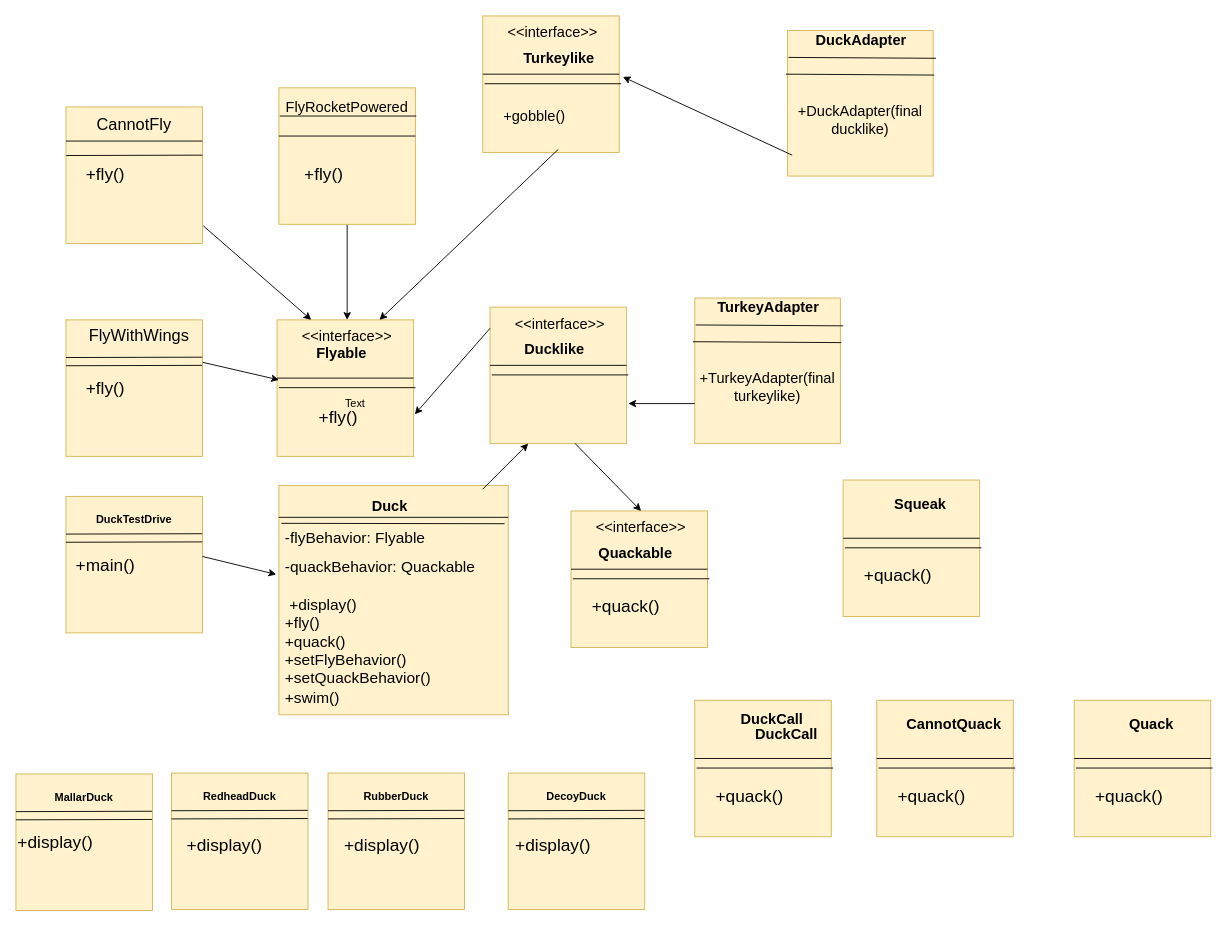
ahrlab/BOX keeps this draw.io diagram as Untitled Diagram.drawio. Above is the earlier version. Source tidied: cells renumbered, new cells numbered last; positions are measured from the earlier drawing's top-left corner, leaving out a move shared by most shapes. Both pictures are drawn from the tidied source at 91%, with x=0, y=0 at pixel (15, 15).
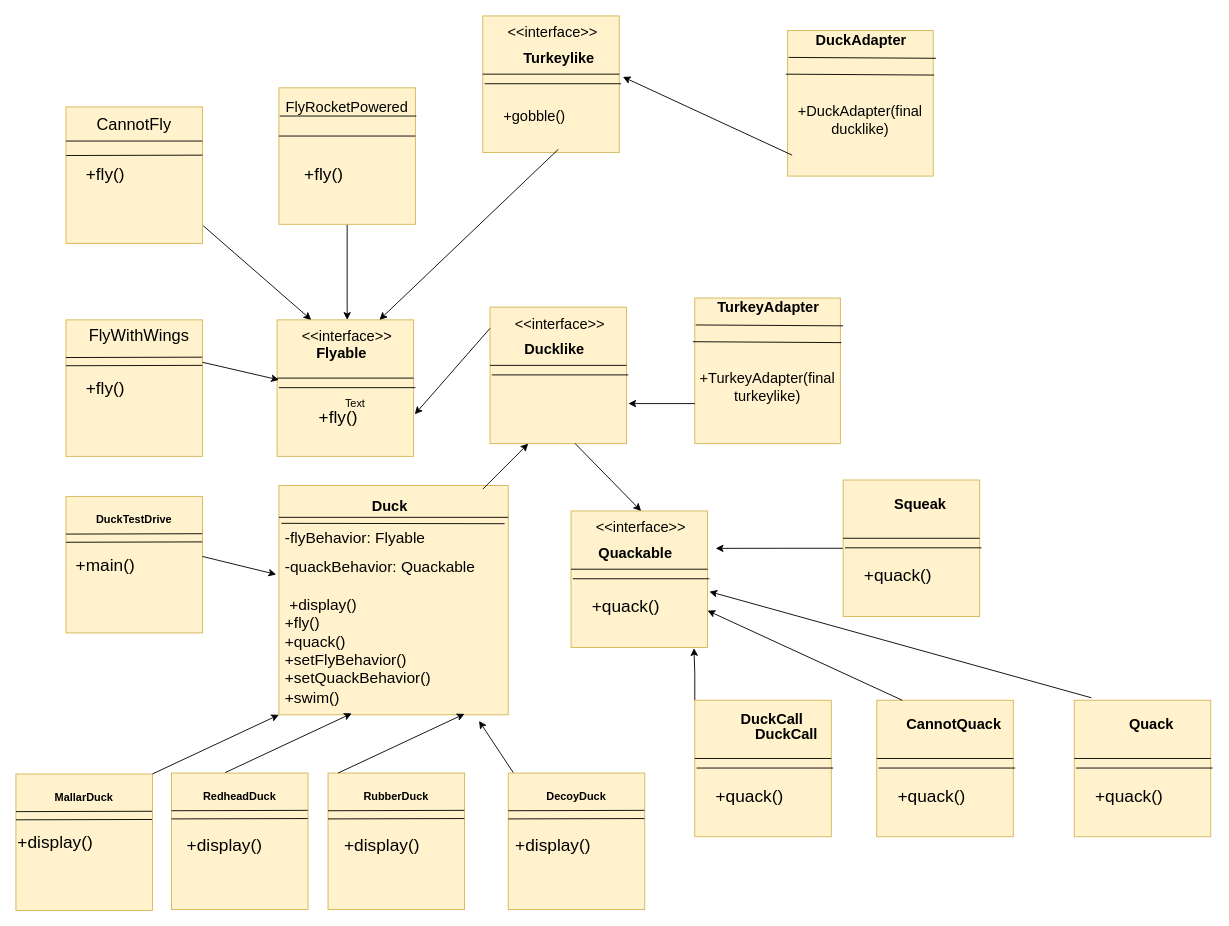
The same page after the edit.

Unchanged cells that the change refers to:
```xml
<mxCell id="51" style="whiteSpace=wrap;html=1;fillColor=#fff2cc;strokeColor=#d6b656;" parent="1" vertex="1">
  <mxGeometry x="610" y="544" width="150" height="150" as="geometry" />
</mxCell>
<mxCell id="57" style="whiteSpace=wrap;html=1;fillColor=#fff2cc;strokeColor=#d6b656;" parent="1" vertex="1">
  <mxGeometry x="909" y="510" width="150" height="150" as="geometry" />
</mxCell>
<mxCell id="63" style="whiteSpace=wrap;html=1;fillColor=#fff2cc;strokeColor=#d6b656;" parent="1" vertex="1">
  <mxGeometry x="1163" y="752" width="150" height="150" as="geometry" />
</mxCell>
<mxCell id="75" style="whiteSpace=wrap;html=1;fillColor=#fff2cc;strokeColor=#d6b656;" parent="1" vertex="1">
  <mxGeometry x="746" y="752" width="150" height="150" as="geometry" />
</mxCell>
<mxCell id="81" style="whiteSpace=wrap;html=1;fillColor=#fff2cc;strokeColor=#d6b656;" parent="1" vertex="1">
  <mxGeometry x="289" y="516" width="252" height="252" as="geometry" />
</mxCell>
<mxCell id="86" value="&lt;h1 style=&quot;font-size: 17px&quot;&gt;&lt;span style=&quot;font-weight: normal&quot;&gt;&lt;font style=&quot;font-size: 17px&quot;&gt;-flyBehavior: Flyable&lt;/font&gt;&lt;/span&gt;&lt;/h1&gt;&lt;div style=&quot;font-size: 17px&quot;&gt;&lt;font style=&quot;font-size: 17px&quot;&gt;-quackBehavior: Quackable&lt;/font&gt;&lt;/div&gt;&lt;div style=&quot;font-size: 17px&quot;&gt;&lt;font style=&quot;font-size: 17px&quot;&gt;&lt;br&gt;&lt;/font&gt;&lt;/div&gt;&lt;div style=&quot;font-size: 17px&quot;&gt;&amp;nbsp;+display()&lt;/div&gt;&lt;div style=&quot;font-size: 17px&quot;&gt;+fly()&lt;/div&gt;&lt;div style=&quot;font-size: 17px&quot;&gt;+quack()&lt;/div&gt;&lt;div style=&quot;font-size: 17px&quot;&gt;+setFlyBehavior()&lt;/div&gt;&lt;div style=&quot;font-size: 17px&quot;&gt;+setQuackBehavior()&lt;/div&gt;&lt;div style=&quot;font-size: 17px&quot;&gt;+swim()&lt;/div&gt;" style="text;html=1;strokeColor=none;fillColor=none;spacing=5;spacingTop=-20;whiteSpace=wrap;overflow=hidden;rounded=0;" parent="1" vertex="1">
  <mxGeometry x="291" y="564" width="254" height="204" as="geometry" />
</mxCell>
<mxCell id="99" style="whiteSpace=wrap;html=1;fillColor=#fff2cc;strokeColor=#d6b656;" parent="1" vertex="1">
  <mxGeometry y="833" width="150" height="150" as="geometry" />
</mxCell>
```

Diff of the diagram source:
```diff
@@
+    <mxCell id="116" style="edgeStyle=orthogonalEdgeStyle;rounded=0;jettySize=auto;html=1;exitX=0;exitY=0.5;exitDx=0;exitDy=0;" parent="1" edge="1" source="57">
+      <mxGeometry relative="1" as="geometry">
+        <mxPoint x="769" y="585.1" as="targetPoint" />
+      </mxGeometry>
+    </mxCell>
@@
+    <mxCell id="117" style="edgeStyle=orthogonalEdgeStyle;rounded=0;jettySize=auto;html=1;exitX=0;exitY=0;exitDx=0;exitDy=0;entryX=0.901;entryY=1.005;entryDx=0;entryDy=0;entryPerimeter=0;" parent="1" edge="1" source="75" target="51">
+      <mxGeometry relative="1" as="geometry" />
+    </mxCell>
@@
+    <mxCell id="118" style="endArrow=classic;html=1;" parent="1" edge="1" target="51">
+      <mxGeometry relative="1" as="geometry">
+        <mxPoint x="974" y="752" as="sourcePoint" />
+      </mxGeometry>
+    </mxCell>
+    <mxCell id="119" style="endArrow=classic;html=1;exitX=0.126;exitY=-0.018;exitDx=0;exitDy=0;exitPerimeter=0;entryX=1.014;entryY=0.591;entryDx=0;entryDy=0;entryPerimeter=0;" parent="1" edge="1" source="63" target="51">
+      <mxGeometry relative="1" as="geometry" />
+    </mxCell>
+    <mxCell id="120" style="endArrow=classic;html=1;exitX=1;exitY=0;exitDx=0;exitDy=0;entryX=0;entryY=1;entryDx=0;entryDy=0;" parent="1" edge="1" source="99" target="81">
+      <mxGeometry relative="1" as="geometry" />
+    </mxCell>
+    <mxCell id="121" style="endArrow=classic;html=1;exitX=1;exitY=0;exitDx=0;exitDy=0;entryX=0;entryY=1;entryDx=0;entryDy=0;" parent="1" edge="1">
+      <mxGeometry relative="1" as="geometry">
+        <mxPoint x="230" y="831.5" as="sourcePoint" />
+        <mxPoint x="369" y="766.5" as="targetPoint" />
+      </mxGeometry>
+    </mxCell>
+    <mxCell id="122" style="endArrow=classic;html=1;exitX=1;exitY=0;exitDx=0;exitDy=0;entryX=0;entryY=1;entryDx=0;entryDy=0;" parent="1" edge="1">
+      <mxGeometry relative="1" as="geometry">
+        <mxPoint x="354" y="832" as="sourcePoint" />
+        <mxPoint x="493" y="767" as="targetPoint" />
+      </mxGeometry>
+    </mxCell>
+    <mxCell id="123" style="endArrow=classic;html=1;exitX=1;exitY=0;exitDx=0;exitDy=0;entryX=0.858;entryY=1.033;entryDx=0;entryDy=0;entryPerimeter=0;" parent="1" edge="1" target="86">
+      <mxGeometry relative="1" as="geometry">
+        <mxPoint x="546.5" y="831.5" as="sourcePoint" />
+      </mxGeometry>
+    </mxCell>
```
